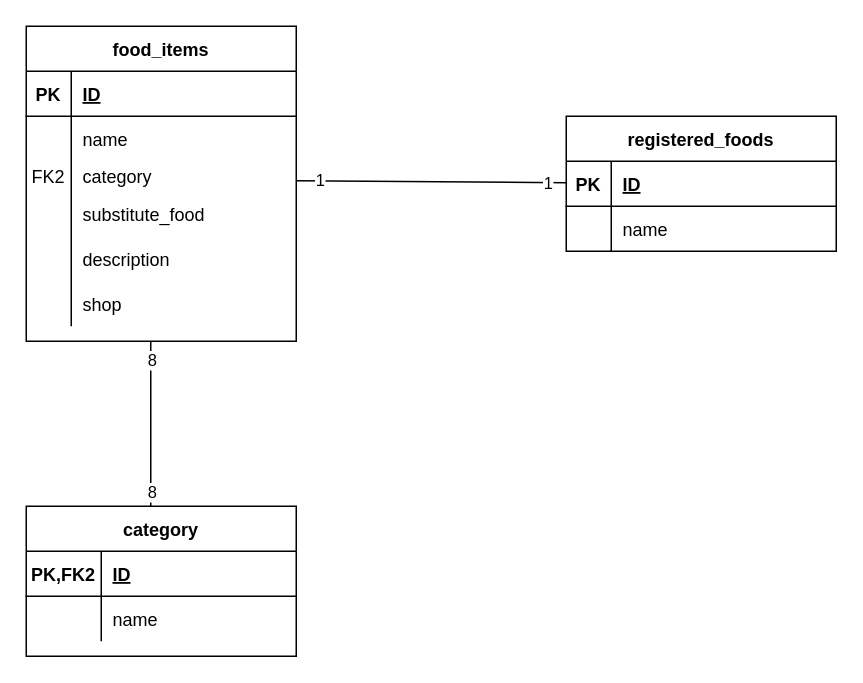
Earlier version of the draw.io diagram page "Page-10" (10 of 10) of diagrammes réunis.drawio (robindauteuil/Diagramme_UML). Source tidied: cells renumbered, new cells numbered last; positions are measured from the earlier drawing's top-left corner, leaving out a move shared by most shapes. Both pictures are drawn from the tidied source at 150%, with x=0, y=0 at pixel (26, 26).
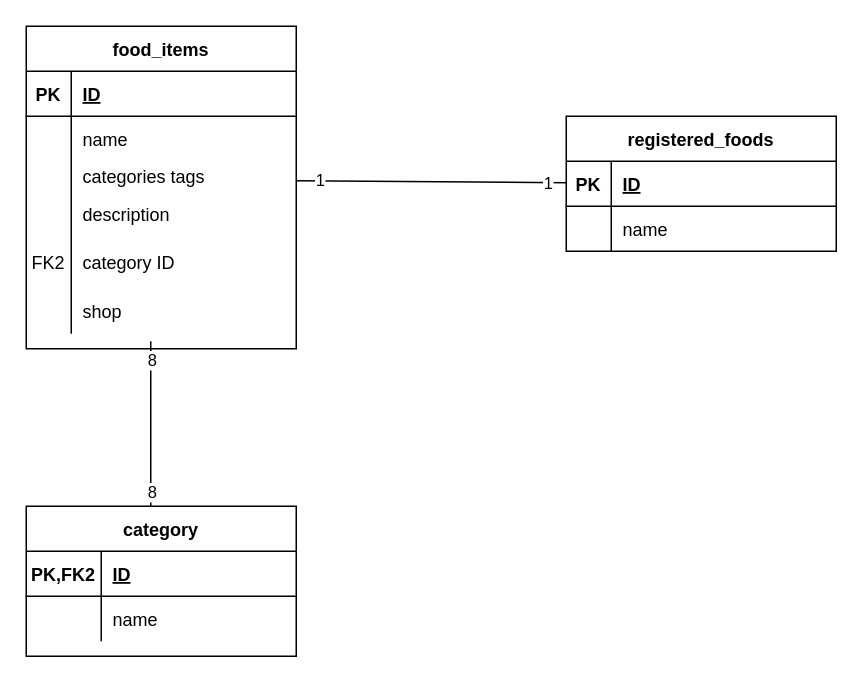
Above is the later version.

The change refers to these unchanged cells:
```xml
<mxCell id="9" style="shape=partialRectangle;fillColor=none;top=0;left=0;bottom=0;right=0;" parent="2" vertex="1">
  <mxGeometry y="90" width="180" height="20" as="geometry" />
</mxCell>
```

Diff of the diagram source:
```diff
@@
     <mxCell id="2" value="food_items" style="shape=table;startSize=30;childLayout=tableLayout;rowLines=0;fontStyle=1;align=center;" parent="1" vertex="1">
-      <mxGeometry width="180" height="210" as="geometry" />
+      <mxGeometry width="180" height="215" as="geometry" />
     </mxCell>
@@
-    <mxCell id="10" value="FK2" style="shape=partialRectangle;fillColor=none;top=0;left=0;bottom=0;right=0;overflow=hidden;" parent="9" vertex="1">
+    <mxCell id="10" style="shape=partialRectangle;fillColor=none;top=0;left=0;bottom=0;right=0;overflow=hidden;" parent="9" vertex="1">
       <mxGeometry width="30" height="20" as="geometry" />
     </mxCell>
-    <mxCell id="11" value="category" style="shape=partialRectangle;fillColor=none;top=0;left=0;bottom=0;right=0;align=left;spacingLeft=6;overflow=hidden;" parent="9" vertex="1">
+    <mxCell id="11" value="categories tags" style="shape=partialRectangle;fillColor=none;top=0;left=0;bottom=0;right=0;align=left;spacingLeft=6;overflow=hidden;" parent="9" vertex="1">
       <mxGeometry x="30" width="150" height="20" as="geometry" />
     </mxCell>
-    <mxCell id="12" style="shape=partialRectangle;fillColor=none;top=0;left=0;bottom=0;right=0;" parent="2" vertex="1">
-      <mxGeometry y="110" width="180" height="30" as="geometry" />
-    </mxCell>
-    <mxCell id="13" style="shape=partialRectangle;fillColor=none;top=0;left=0;bottom=0;right=0;overflow=hidden;" parent="12" vertex="1">
-      <mxGeometry width="30" height="30" as="geometry" />
-    </mxCell>
-    <mxCell id="14" value="substitute_food" style="shape=partialRectangle;fillColor=none;top=0;left=0;bottom=0;right=0;align=left;spacingLeft=6;overflow=hidden;" parent="12" vertex="1">
-      <mxGeometry x="30" width="150" height="30" as="geometry" />
-    </mxCell>
     <mxCell id="15" style="shape=partialRectangle;fillColor=none;top=0;left=0;bottom=0;right=0;" parent="2" vertex="1">
-      <mxGeometry y="140" width="180" height="30" as="geometry" />
+      <mxGeometry y="110" width="180" height="30" as="geometry" />
     </mxCell>
@@
+    <mxCell id="41" style="shape=partialRectangle;fillColor=none;top=0;left=0;bottom=0;right=0;" parent="2" vertex="1">
+      <mxGeometry y="140" width="180" height="35" as="geometry" />
+    </mxCell>
+    <mxCell id="42" value="FK2" style="shape=partialRectangle;fillColor=none;top=0;left=0;bottom=0;right=0;fontStyle=0;overflow=hidden;" parent="41" vertex="1">
+      <mxGeometry width="30" height="35" as="geometry" />
+    </mxCell>
+    <mxCell id="43" value="category ID" style="shape=partialRectangle;fillColor=none;top=0;left=0;bottom=0;right=0;align=left;spacingLeft=6;fontStyle=0;overflow=hidden;" parent="41" vertex="1">
+      <mxGeometry x="30" width="150" height="35" as="geometry" />
+    </mxCell>
     <mxCell id="18" style="shape=partialRectangle;fillColor=none;top=0;left=0;bottom=0;right=0;" parent="2" vertex="1">
-      <mxGeometry y="170" width="180" height="30" as="geometry" />
+      <mxGeometry y="175" width="180" height="30" as="geometry" />
     </mxCell>
```
